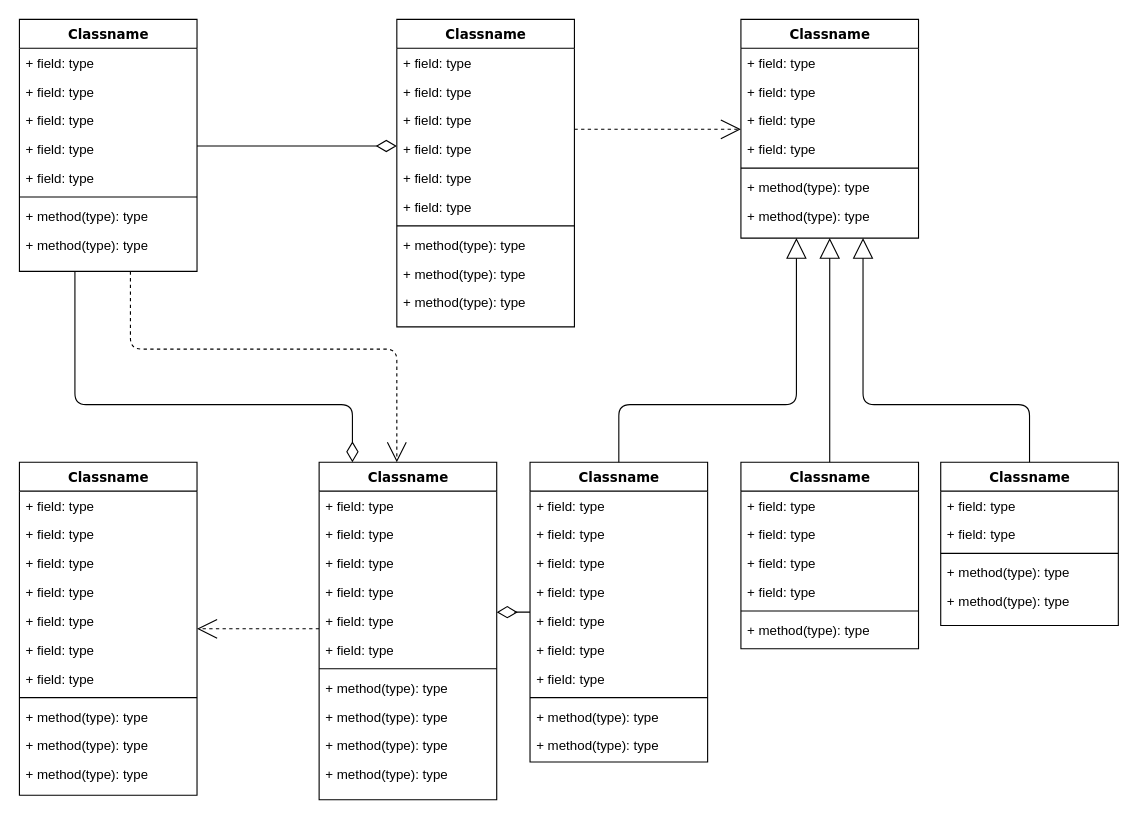
Above: invest-tracker.drawio in paulomelgaco/uml (draw.io), before the change. Source tidied: cells renumbered, new cells numbered last; positions are measured from the earlier drawing's top-left corner, leaving out a move shared by most shapes. Both pictures are drawn from the tidied source at 111%, with x=0, y=0 at pixel (19, 19).
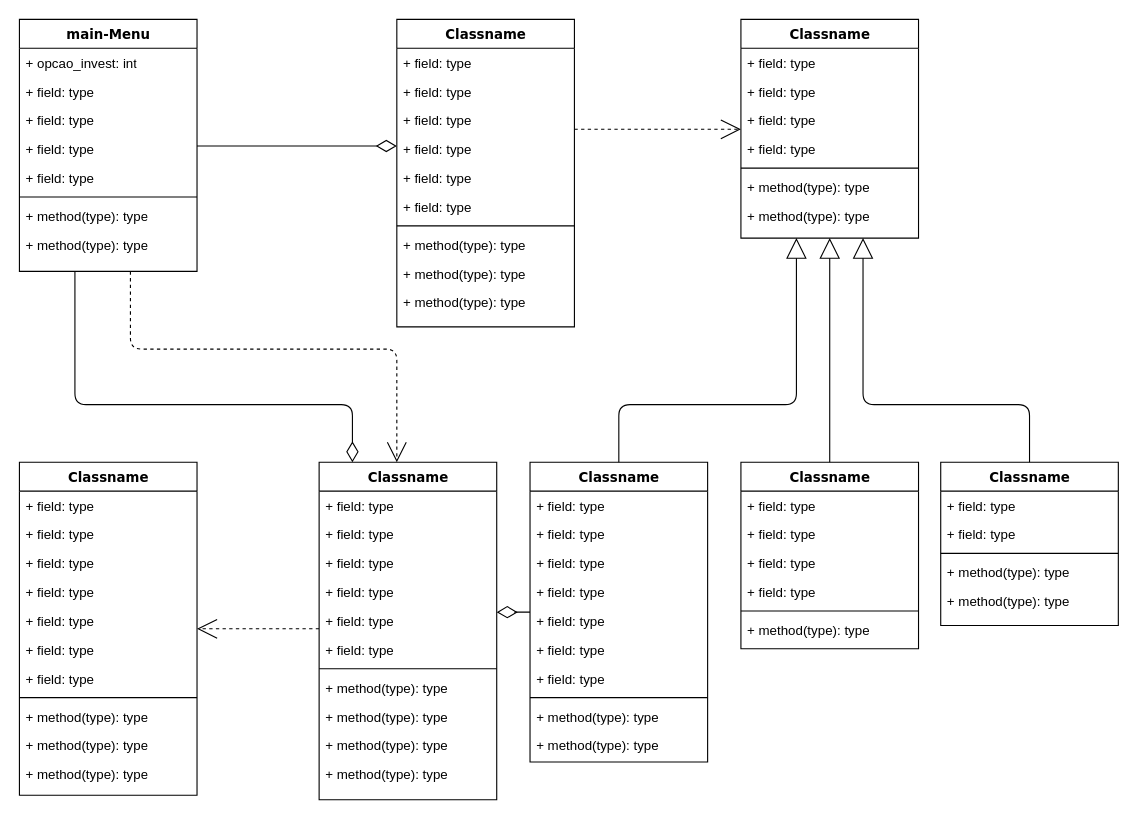
The same page after the edit.

The edit, as a diff of the source:
```diff
@@
-    <mxCell id="4" value="Classname" style="swimlane;html=1;fontStyle=1;align=center;verticalAlign=top;horizontal=1;startSize=26;swimlaneFillColor=#ffffff;rounded=0;shadow=0;comic=0;labelBackgroundColor=none;strokeWidth=1;fillColor=none;fontFamily=Verdana;fontSize=12;" parent="1" vertex="1">
+    <mxCell id="4" value="main-Menu" style="swimlane;html=1;fontStyle=1;align=center;verticalAlign=top;horizontal=1;startSize=26;swimlaneFillColor=#ffffff;rounded=0;shadow=0;comic=0;labelBackgroundColor=none;strokeWidth=1;fillColor=none;fontFamily=Verdana;fontSize=12;" parent="1" vertex="1">
       <mxGeometry width="160" height="227" as="geometry" />
     </mxCell>
-    <mxCell id="5" value="+ field: type" style="text;html=1;strokeColor=none;fillColor=none;align=left;verticalAlign=top;spacingLeft=4;spacingRight=4;whiteSpace=wrap;overflow=hidden;" parent="4" vertex="1">
+    <mxCell id="5" value="+ opcao_invest: int" style="text;html=1;strokeColor=none;fillColor=none;align=left;verticalAlign=top;spacingLeft=4;spacingRight=4;whiteSpace=wrap;overflow=hidden;" parent="4" vertex="1">
       <mxGeometry y="26" width="160" height="26" as="geometry" />
     </mxCell>
```
